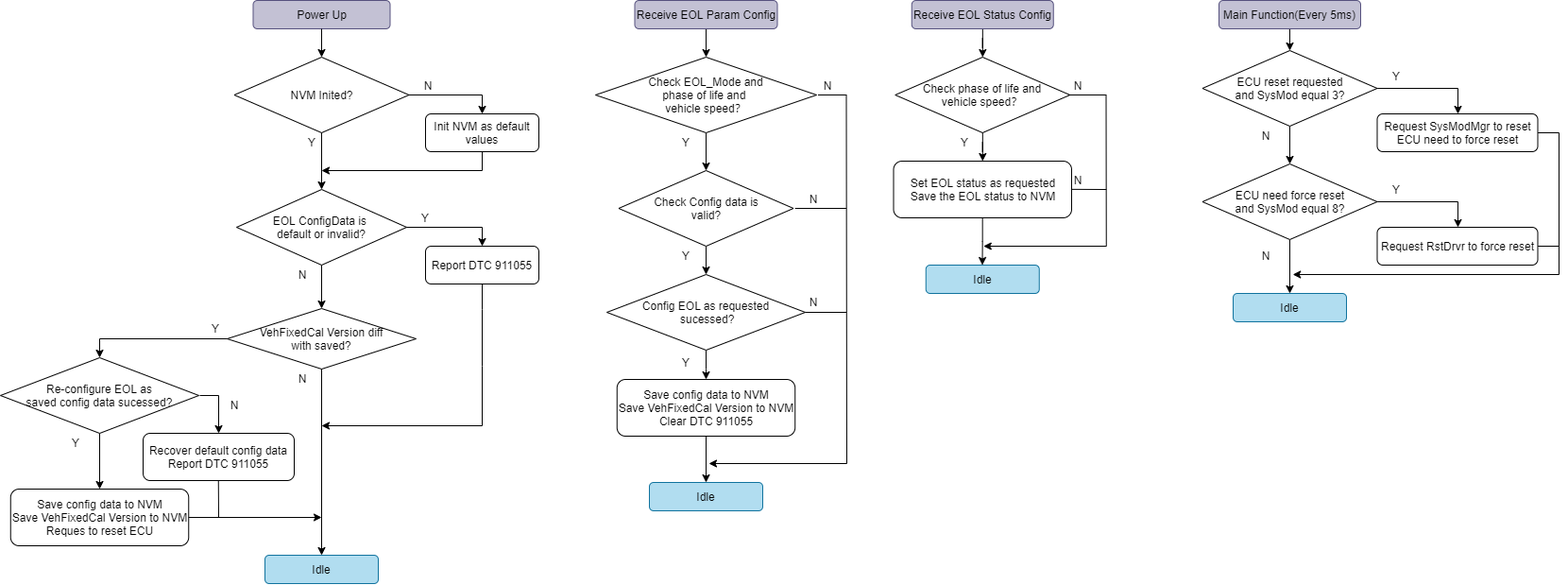
The draw.io diagram EVG_EOL.png in woshitanwang/pics_procdure, before a commit. Source tidied: cells renumbered, new cells last; positions are measured from the earlier drawing's top-left corner, leaving out a move shared by most shapes.
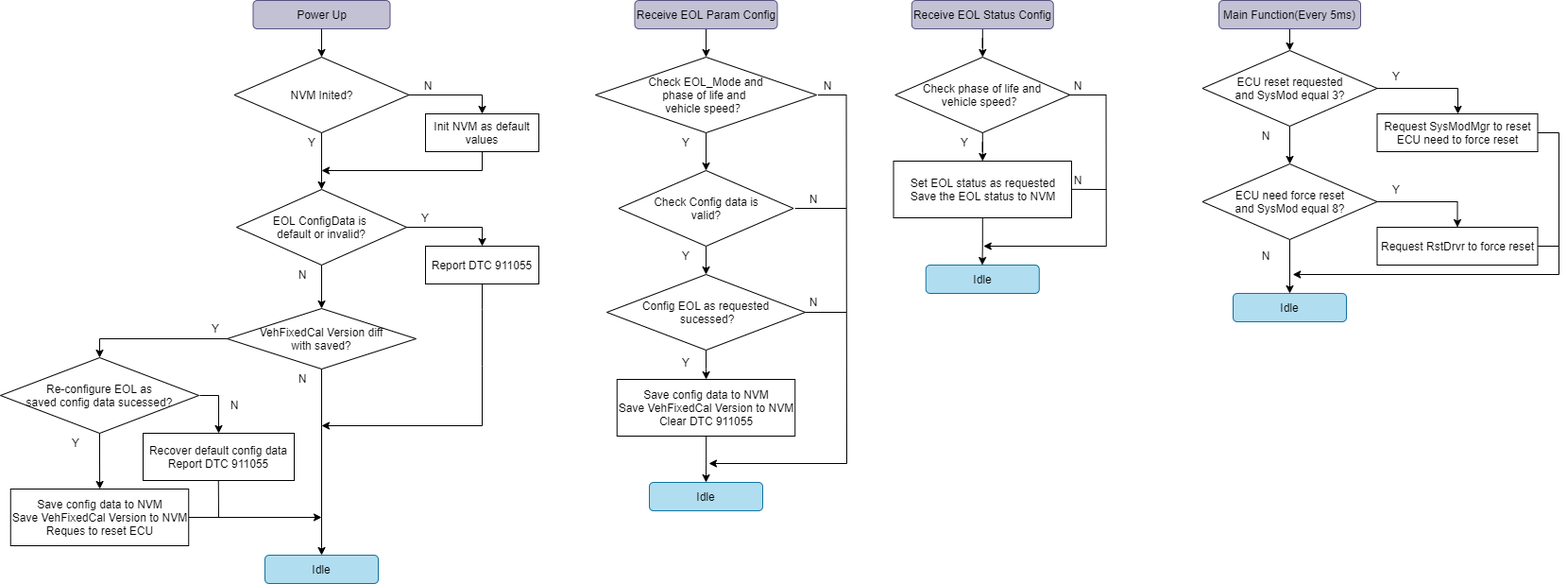
Later version of the same file.

What changed in the source:
```diff
@@ -13,7 +13,7 @@
         <mxPoint x="340" y="60" as="targetPoint" />
       </mxGeometry>
     </mxCell>
-    <mxCell id="5" value="Init NVM as default values" style="rounded=1;whiteSpace=wrap;html=1;" parent="1" vertex="1">
+    <mxCell id="5" value="Init NVM as default values" style="rounded=0;whiteSpace=wrap;html=1;" parent="1" vertex="1">
       <mxGeometry x="450" y="120" width="120" height="40" as="geometry" />
     </mxCell>
     <mxCell id="6" style="endArrow=classic;html=1;rounded=0;exitX=1;exitY=0.5;exitDx=0;exitDy=0;" parent="1" edge="1" source="3">
@@ -50,7 +50,7 @@
     <mxCell id="12" value="VehFixedCal Version diff&lt;br&gt;with saved?" style="rhombus;whiteSpace=wrap;html=1;fillColor=#FFFFFF;" parent="1" vertex="1">
       <mxGeometry x="240" y="326" width="200" height="64" as="geometry" />
     </mxCell>
-    <mxCell id="13" value="Report DTC 911055" style="rounded=1;whiteSpace=wrap;html=1;fillColor=#FFFFFF;" parent="1" vertex="1">
+    <mxCell id="13" value="Report DTC 911055" style="rounded=0;whiteSpace=wrap;html=1;fillColor=#FFFFFF;" parent="1" vertex="1">
       <mxGeometry x="450" y="260" width="120" height="40" as="geometry" />
     </mxCell>
     <mxCell id="14" style="endArrow=classic;html=1;entryX=0.5;entryY=0;entryDx=0;entryDy=0;rounded=0;" parent="1" edge="1" target="13">
@@ -61,7 +61,7 @@
         </Array>
       </mxGeometry>
     </mxCell>
-    <mxCell id="15" value="&lt;div&gt;&lt;span&gt;Recover default config data&lt;/span&gt;&lt;/div&gt;Report DTC 911055" style="rounded=1;whiteSpace=wrap;html=1;fillColor=#FFFFFF;align=center;" parent="1" vertex="1">
+    <mxCell id="15" value="&lt;div&gt;&lt;span&gt;Recover default config data&lt;/span&gt;&lt;/div&gt;Report DTC 911055" style="rounded=0;whiteSpace=wrap;html=1;fillColor=#FFFFFF;align=center;" parent="1" vertex="1">
       <mxGeometry x="151" y="458" width="160" height="50" as="geometry" />
     </mxCell>
     <mxCell id="16" value="Idle" style="rounded=1;whiteSpace=wrap;html=1;fillColor=#b1ddf0;strokeColor=#10739e;" parent="1" vertex="1">
@@ -123,7 +123,7 @@
     <mxCell id="31" style="edgeStyle=orthogonalEdgeStyle;rounded=0;jettySize=auto;html=1;" parent="1" edge="1" source="32" target="33">
       <mxGeometry relative="1" as="geometry" />
     </mxCell>
-    <mxCell id="32" value="Save config data to NVM&lt;br&gt;Save VehFixedCal Version to NVM&lt;br&gt;Clear DTC 911055" style="rounded=1;whiteSpace=wrap;html=1;fillColor=#FFFFFF;" parent="1" vertex="1">
+    <mxCell id="32" value="Save config data to NVM&lt;br&gt;Save VehFixedCal Version to NVM&lt;br&gt;Clear DTC 911055" style="rounded=0;whiteSpace=wrap;html=1;fillColor=#FFFFFF;" parent="1" vertex="1">
       <mxGeometry x="652.8" y="401" width="188.5" height="60" as="geometry" />
     </mxCell>
     <mxCell id="33" value="Idle" style="rounded=1;whiteSpace=wrap;html=1;fillColor=#b1ddf0;strokeColor=#10739e;" parent="1" vertex="1">
@@ -169,7 +169,7 @@
         <mxPoint x="1039.5" y="280" as="targetPoint" />
       </mxGeometry>
     </mxCell>
-    <mxCell id="44" value="Set EOL status as requested&lt;br&gt;Save the EOL status to NVM" style="rounded=1;whiteSpace=wrap;html=1;fillColor=#FFFFFF;" parent="1" vertex="1">
+    <mxCell id="44" value="Set EOL status as requested&lt;br&gt;Save the EOL status to NVM" style="rounded=0;whiteSpace=wrap;html=1;fillColor=#FFFFFF;" parent="1" vertex="1">
       <mxGeometry x="945.5" y="170" width="188.5" height="60" as="geometry" />
     </mxCell>
     <mxCell id="45" value="Idle" style="rounded=1;whiteSpace=wrap;html=1;fillColor=#b1ddf0;strokeColor=#10739e;" parent="1" vertex="1">
@@ -209,7 +209,7 @@
     <mxCell id="53" value="Re-configure EOL as&lt;br&gt;saved config data sucessed?" style="rhombus;whiteSpace=wrap;html=1;fillColor=#FFFFFF;" parent="1" vertex="1">
       <mxGeometry y="378" width="210" height="80" as="geometry" />
     </mxCell>
-    <mxCell id="54" value="Save config data to NVM&lt;br&gt;Save VehFixedCal Version to NVM&lt;br&gt;Reques to reset ECU" style="rounded=1;whiteSpace=wrap;html=1;fillColor=#FFFFFF;" parent="1" vertex="1">
+    <mxCell id="54" value="Save config data to NVM&lt;br&gt;Save VehFixedCal Version to NVM&lt;br&gt;Reques to reset ECU" style="rounded=0;whiteSpace=wrap;html=1;fillColor=#FFFFFF;" parent="1" vertex="1">
       <mxGeometry x="10.8" y="517" width="188.5" height="60" as="geometry" />
     </mxCell>
     <mxCell id="55" style="endArrow=classic;html=1;entryX=0.5;entryY=0;entryDx=0;entryDy=0;rounded=0;" parent="1" edge="1">
@@ -298,10 +298,10 @@
     <mxCell id="73" value="ECU need force reset&lt;br&gt;and SysMod equal 8?" style="rhombus;whiteSpace=wrap;html=1;" parent="1" vertex="1">
       <mxGeometry x="1272.5" y="173" width="185" height="80" as="geometry" />
     </mxCell>
-    <mxCell id="74" value="Request SysModMgr to reset&lt;br&gt;ECU need to force reset" style="rounded=1;whiteSpace=wrap;html=1;" parent="1" vertex="1">
+    <mxCell id="74" value="Request SysModMgr to reset&lt;br&gt;ECU need to force reset" style="rounded=0;whiteSpace=wrap;html=1;" parent="1" vertex="1">
       <mxGeometry x="1457.5" y="120" width="170" height="40" as="geometry" />
     </mxCell>
-    <mxCell id="75" value="Request RstDrvr to force reset" style="rounded=1;whiteSpace=wrap;html=1;" parent="1" vertex="1">
+    <mxCell id="75" value="Request RstDrvr to force reset" style="rounded=0;whiteSpace=wrap;html=1;" parent="1" vertex="1">
       <mxGeometry x="1457.5" y="240" width="170" height="40" as="geometry" />
     </mxCell>
     <mxCell id="76" value="Idle" style="rounded=1;whiteSpace=wrap;html=1;fillColor=#b1ddf0;strokeColor=#10739e;" parent="1" vertex="1">
```
